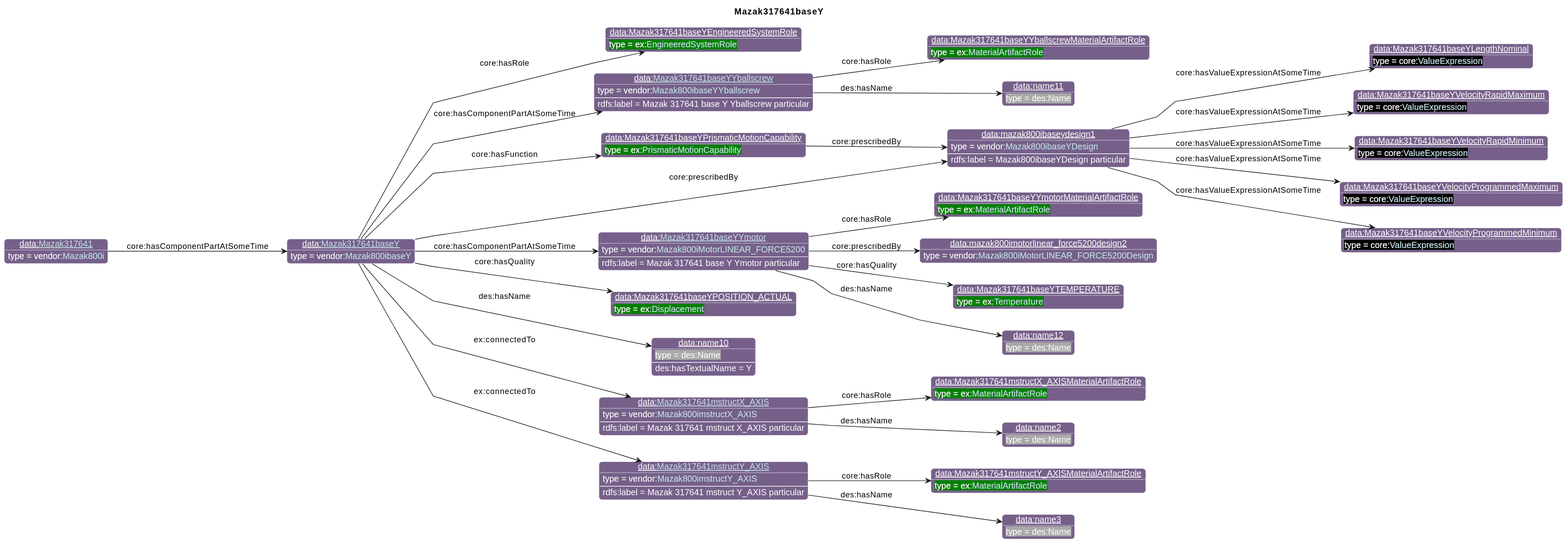
This is diagrams/Mazak317641baseY.svg from iofoundry/example-syseng-mtconnect, a PlantUML export, as it was before one commit.
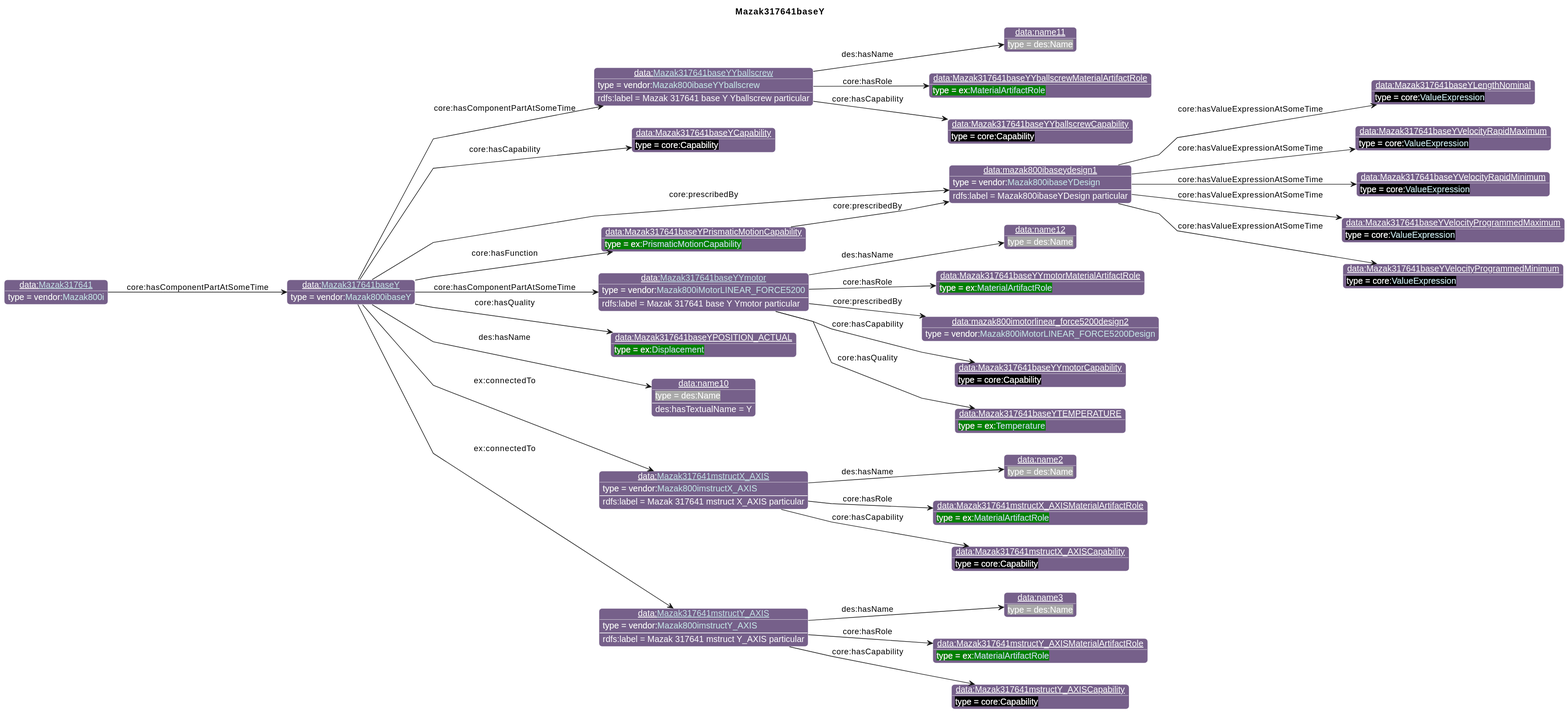
After the change.

The edit, as a diff of the source:
```diff
@@ -26,61 +26,69 @@
                       "qp":"641B2E"
       }
 individual(o0, data:[[./Mazak317641baseY.html Mazak317641baseY]], vendor:[[../Mazak.html#Mazak800ibaseY Mazak800ibaseY]])
-individual(o1, data:Mazak317641baseYEngineeredSystemRole, ex:[[../Example.html#EngineeredSystemRole EngineeredSystemRole]])
-individual(o2, data:mazak800ibaseydesign1, vendor:[[../Mazak.html#Mazak800ibaseYDesign Mazak800ibaseYDesign]])
-individual(o3, data:Mazak317641baseYLengthNominal, core:[[https://spec.industrialontologies.org/ontology/core/Core/ValueExpression ValueExpression]])
-individual(o4, data:Mazak317641baseYVelocityRapidMaximum, core:[[https://spec.industrialontologies.org/ontology/core/Core/ValueExpression ValueExpression]])
-individual(o5, data:Mazak317641baseYVelocityRapidMinimum, core:[[https://spec.industrialontologies.org/ontology/core/Core/ValueExpression ValueExpression]])
-individual(o6, data:Mazak317641baseYVelocityProgrammedMaximum, core:[[https://spec.industrialontologies.org/ontology/core/Core/ValueExpression ValueExpression]])
-individual(o7, data:Mazak317641baseYVelocityProgrammedMinimum, core:[[https://spec.industrialontologies.org/ontology/core/Core/ValueExpression ValueExpression]])
+individual(o1, data:mazak800ibaseydesign1, vendor:[[../Mazak.html#Mazak800ibaseYDesign Mazak800ibaseYDesign]])
+individual(o2, data:Mazak317641baseYLengthNominal, core:[[https://spec.industrialontologies.org/ontology/core/Core/ValueExpression ValueExpression]])
+individual(o3, data:Mazak317641baseYVelocityRapidMaximum, core:[[https://spec.industrialontologies.org/ontology/core/Core/ValueExpression ValueExpression]])
+individual(o4, data:Mazak317641baseYVelocityRapidMinimum, core:[[https://spec.industrialontologies.org/ontology/core/Core/ValueExpression ValueExpression]])
+individual(o5, data:Mazak317641baseYVelocityProgrammedMaximum, core:[[https://spec.industrialontologies.org/ontology/core/Core/ValueExpression ValueExpression]])
+individual(o6, data:Mazak317641baseYVelocityProgrammedMinimum, core:[[https://spec.industrialontologies.org/ontology/core/Core/ValueExpression ValueExpression]])
+individual(o7, data:Mazak317641baseYCapability, core:Capability)
 individual(o8, data:[[./Mazak317641baseYYballscrew.html Mazak317641baseYYballscrew]], vendor:[[../Mazak.html#Mazak800ibaseYYballscrew Mazak800ibaseYYballscrew]])
 individual(o9, data:Mazak317641baseYYballscrewMaterialArtifactRole, ex:[[../Example.html#MaterialArtifactRole MaterialArtifactRole]])
-individual(o10, data:name11, des:Name)
-individual(o11, data:[[./Mazak317641baseYYmotor.html Mazak317641baseYYmotor]], vendor:[[../Mazak.html#Mazak800iMotorLINEAR_FORCE5200 Mazak800iMotorLINEAR_FORCE5200]])
-individual(o12, data:Mazak317641baseYYmotorMaterialArtifactRole, ex:[[../Example.html#MaterialArtifactRole MaterialArtifactRole]])
-individual(o13, data:mazak800imotorlinear_force5200design2, vendor:[[../Mazak.html#Mazak800iMotorLINEAR_FORCE5200Design Mazak800iMotorLINEAR_FORCE5200Design]])
-individual(o14, data:Mazak317641baseYTEMPERATURE, ex:[[../Example.html#Temperature Temperature]])
-individual(o15, data:name12, des:Name)
-individual(o16, data:Mazak317641baseYPrismaticMotionCapability, ex:[[../Example.html#PrismaticMotionCapability PrismaticMotionCapability]])
-individual(o17, data:Mazak317641baseYPOSITION_ACTUAL, ex:[[../Example.html#Displacement Displacement]])
-individual(o18, data:name10, des:Name)
-individual(o19, data:[[./Mazak317641mstructX_AXIS.html Mazak317641mstructX_AXIS]], vendor:[[../Mazak.html#Mazak800imstructX_AXIS Mazak800imstructX_AXIS]])
-individual(o20, data:Mazak317641mstructX_AXISMaterialArtifactRole, ex:[[../Example.html#MaterialArtifactRole MaterialArtifactRole]])
-individual(o21, data:name2, des:Name)
-individual(o22, data:[[./Mazak317641mstructY_AXIS.html Mazak317641mstructY_AXIS]], vendor:[[../Mazak.html#Mazak800imstructY_AXIS Mazak800imstructY_AXIS]])
-individual(o23, data:Mazak317641mstructY_AXISMaterialArtifactRole, ex:[[../Example.html#MaterialArtifactRole MaterialArtifactRole]])
-individual(o24, data:name3, des:Name)
-individual(o25, data:[[./Mazak317641.html Mazak317641]], vendor:[[../Mazak.html#Mazak800i Mazak800i]])
-property(o0, "core:hasRole", o1)
-property(o0, "core:prescribedBy", o2)
-data(o2, "rdfs:label", "Mazak800ibaseYDesign particular")
-property(o2, "core:hasValueExpressionAtSomeTime", o3)
-property(o2, "core:hasValueExpressionAtSomeTime", o4)
-property(o2, "core:hasValueExpressionAtSomeTime", o5)
-property(o2, "core:hasValueExpressionAtSomeTime", o6)
-property(o2, "core:hasValueExpressionAtSomeTime", o7)
+individual(o10, data:Mazak317641baseYYballscrewCapability, core:Capability)
+individual(o11, data:name11, des:Name)
+individual(o12, data:[[./Mazak317641baseYYmotor.html Mazak317641baseYYmotor]], vendor:[[../Mazak.html#Mazak800iMotorLINEAR_FORCE5200 Mazak800iMotorLINEAR_FORCE5200]])
+individual(o13, data:Mazak317641baseYYmotorMaterialArtifactRole, ex:[[../Example.html#MaterialArtifactRole MaterialArtifactRole]])
+individual(o14, data:mazak800imotorlinear_force5200design2, vendor:[[../Mazak.html#Mazak800iMotorLINEAR_FORCE5200Design Mazak800iMotorLINEAR_FORCE5200Design]])
+individual(o15, data:Mazak317641baseYYmotorCapability, core:Capability)
+individual(o16, data:Mazak317641baseYTEMPERATURE, ex:[[../Example.html#Temperature Temperature]])
+individual(o17, data:name12, des:Name)
+individual(o18, data:Mazak317641baseYPrismaticMotionCapability, ex:[[../Example.html#PrismaticMotionCapability PrismaticMotionCapability]])
+individual(o19, data:Mazak317641baseYPOSITION_ACTUAL, ex:[[../Example.html#Displacement Displacement]])
+individual(o20, data:name10, des:Name)
+individual(o21, data:[[./Mazak317641mstructX_AXIS.html Mazak317641mstructX_AXIS]], vendor:[[../Mazak.html#Mazak800imstructX_AXIS Mazak800imstructX_AXIS]])
+individual(o22, data:Mazak317641mstructX_AXISMaterialArtifactRole, ex:[[../Example.html#MaterialArtifactRole MaterialArtifactRole]])
+individual(o23, data:Mazak317641mstructX_AXISCapability, core:Capability)
+individual(o24, data:name2, des:Name)
+individual(o25, data:[[./Mazak317641mstructY_AXIS.html Mazak317641mstructY_AXIS]], vendor:[[../Mazak.html#Mazak800imstructY_AXIS Mazak800imstructY_AXIS]])
+individual(o26, data:Mazak317641mstructY_AXISMaterialArtifactRole, ex:[[../Example.html#MaterialArtifactRole MaterialArtifactRole]])
+individual(o27, data:Mazak317641mstructY_AXISCapability, core:Capability)
+individual(o28, data:name3, des:Name)
+individual(o29, data:[[./Mazak317641.html Mazak317641]], vendor:[[../Mazak.html#Mazak800i Mazak800i]])
+property(o0, "core:prescribedBy", o1)
+data(o1, "rdfs:label", "Mazak800ibaseYDesign particular")
+property(o1, "core:hasValueExpressionAtSomeTime", o2)
+property(o1, "core:hasValueExpressionAtSomeTime", o3)
+property(o1, "core:hasValueExpressionAtSomeTime", o4)
+property(o1, "core:hasValueExpressionAtSomeTime", o5)
+property(o1, "core:hasValueExpressionAtSomeTime", o6)
+property(o0, "core:hasCapability", o7)
 property(o0, "core:hasComponentPartAtSomeTime", o8)
 data(o8, "rdfs:label", "Mazak 317641 base Y Yballscrew particular")
 property(o8, "core:hasRole", o9)
-property(o8, "des:hasName", o10)
-property(o0, "core:hasComponentPartAtSomeTime", o11)
-data(o11, "rdfs:label", "Mazak 317641 base Y Ymotor particular")
-property(o11, "core:hasRole", o12)
-property(o11, "core:prescribedBy", o13)
-property(o11, "core:hasQuality", o14)
-property(o11, "des:hasName", o15)
-property(o0, "core:hasFunction", o16)
-property(o16, "core:prescribedBy", o2)
-property(o0, "core:hasQuality", o17)
-property(o0, "des:hasName", o18)
-data(o18, "des:hasTextualName", "Y")
-property(o0, "ex:connectedTo", o19)
-data(o19, "rdfs:label", "Mazak 317641 mstruct X_AXIS particular")
-property(o19, "core:hasRole", o20)
-property(o19, "des:hasName", o21)
-property(o0, "ex:connectedTo", o22)
-data(o22, "rdfs:label", "Mazak 317641 mstruct Y_AXIS particular")
-property(o22, "core:hasRole", o23)
-property(o22, "des:hasName", o24)
-property(o25, "core:hasComponentPartAtSomeTime", o0)
+property(o8, "core:hasCapability", o10)
+property(o8, "des:hasName", o11)
+property(o0, "core:hasComponentPartAtSomeTime", o12)
+data(o12, "rdfs:label", "Mazak 317641 base Y Ymotor particular")
+property(o12, "core:hasRole", o13)
+property(o12, "core:prescribedBy", o14)
+property(o12, "core:hasCapability", o15)
+property(o12, "core:hasQuality", o16)
+property(o12, "des:hasName", o17)
+property(o0, "core:hasFunction", o18)
+property(o18, "core:prescribedBy", o1)
+property(o0, "core:hasQuality", o19)
+property(o0, "des:hasName", o20)
+data(o20, "des:hasTextualName", "Y")
+property(o0, "ex:connectedTo", o21)
+data(o21, "rdfs:label", "Mazak 317641 mstruct X_AXIS particular")
+property(o21, "core:hasRole", o22)
+property(o21, "core:hasCapability", o23)
+property(o21, "des:hasName", o24)
+property(o0, "ex:connectedTo", o25)
+data(o25, "rdfs:label", "Mazak 317641 mstruct Y_AXIS particular")
+property(o25, "core:hasRole", o26)
+property(o25, "core:hasCapability", o27)
+property(o25, "des:hasName", o28)
+property(o29, "core:hasComponentPartAtSomeTime", o0)
 @enduml
```
